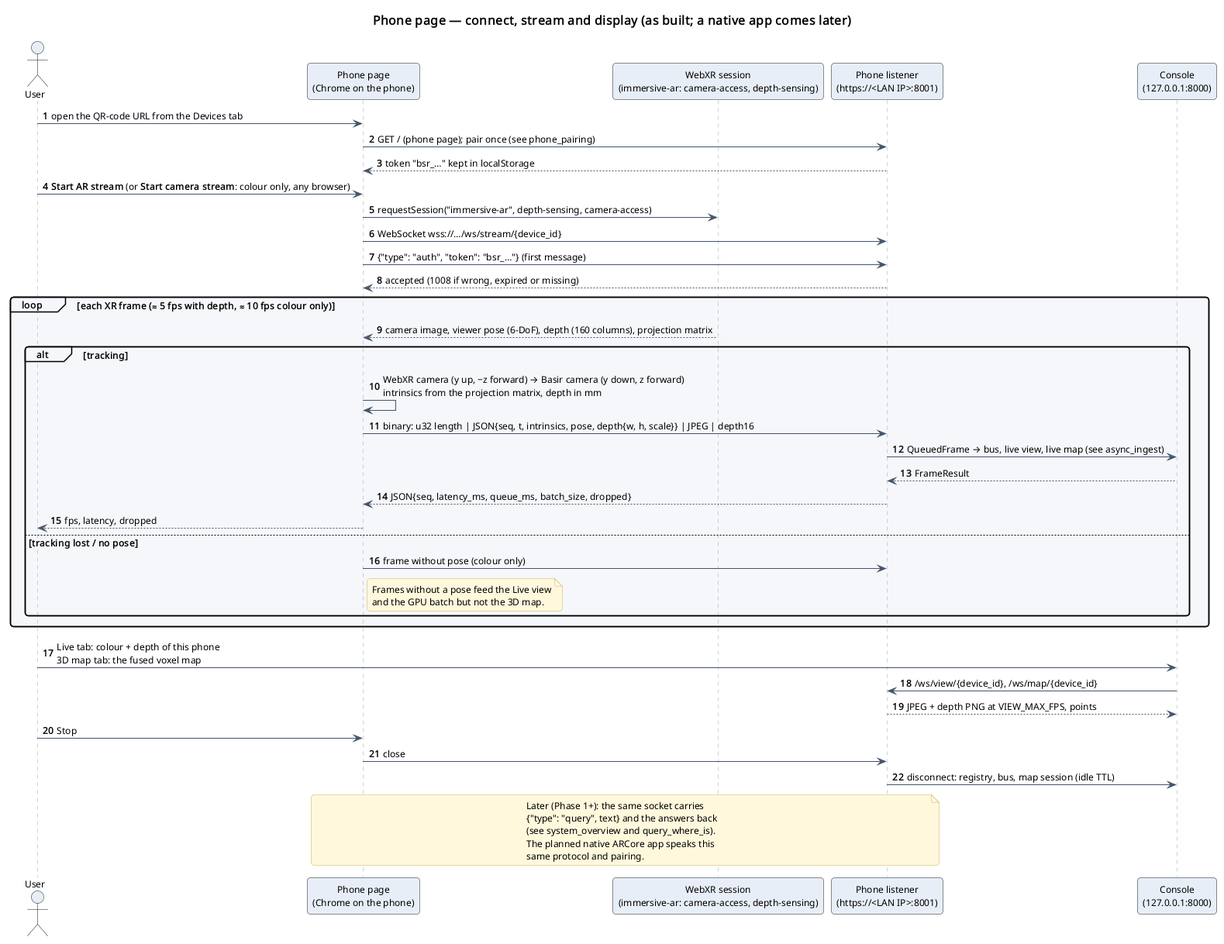
Before: software_engineering/3_sequence_diagrams/phone_stream.png, a diagram exported from PlantUML (omarTBakr/Basir).
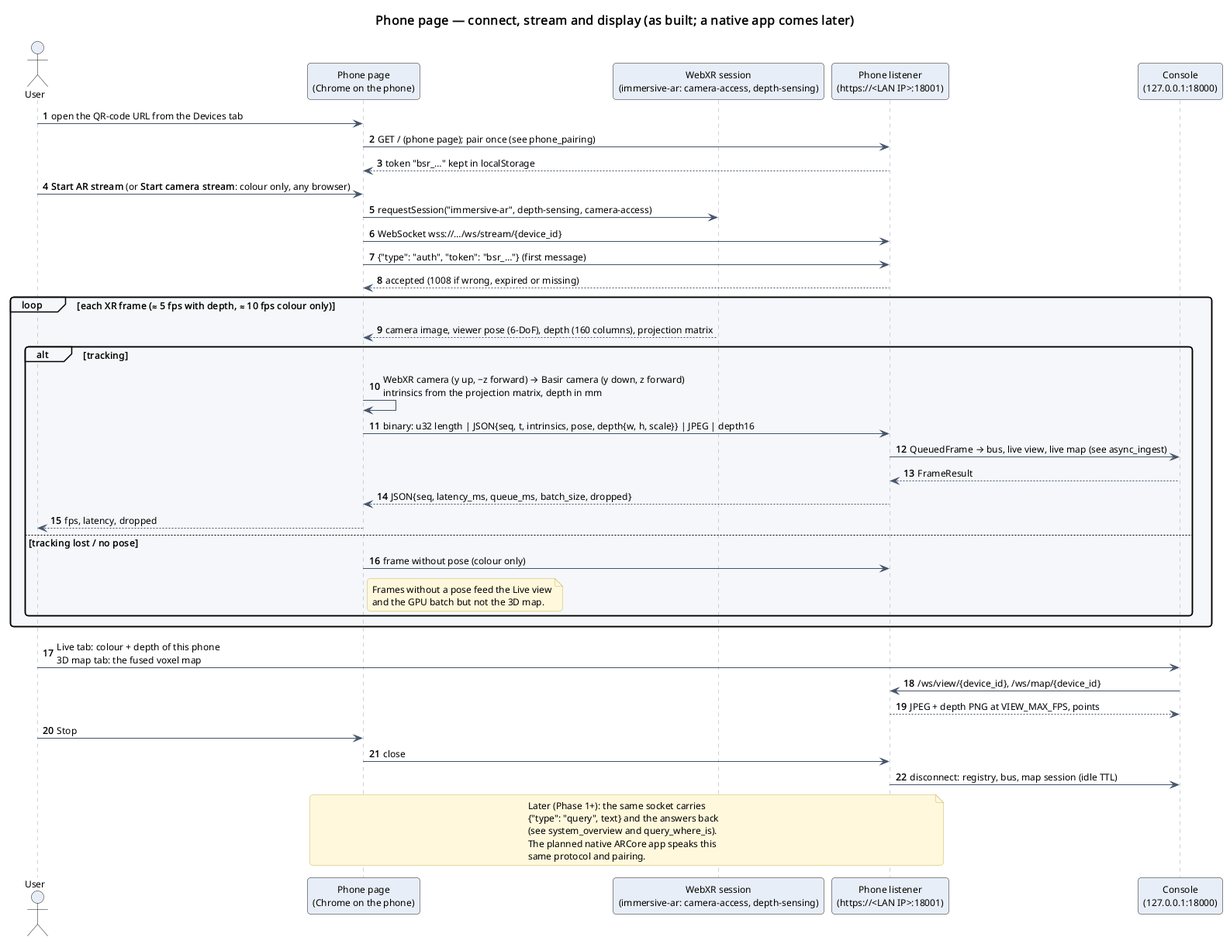
After the commit.

Change to the diagram source:
```diff
@@ -6,8 +6,8 @@
 actor User as user
 participant "Phone page\n(Chrome on the phone)" as page
 participant "WebXR session\n(immersive-ar: camera-access, depth-sensing)" as xr
-participant "Phone listener\n(https://<LAN IP>:8001)" as listener
-participant "Console\n(127.0.0.1:8000)" as console
+participant "Phone listener\n(https://<LAN IP>:18001)" as listener
+participant "Console\n(127.0.0.1:18000)" as console
 
 user -> page : open the QR-code URL from the Devices tab
 page -> listener : GET / (phone page); pair once (see phone_pairing)
```
